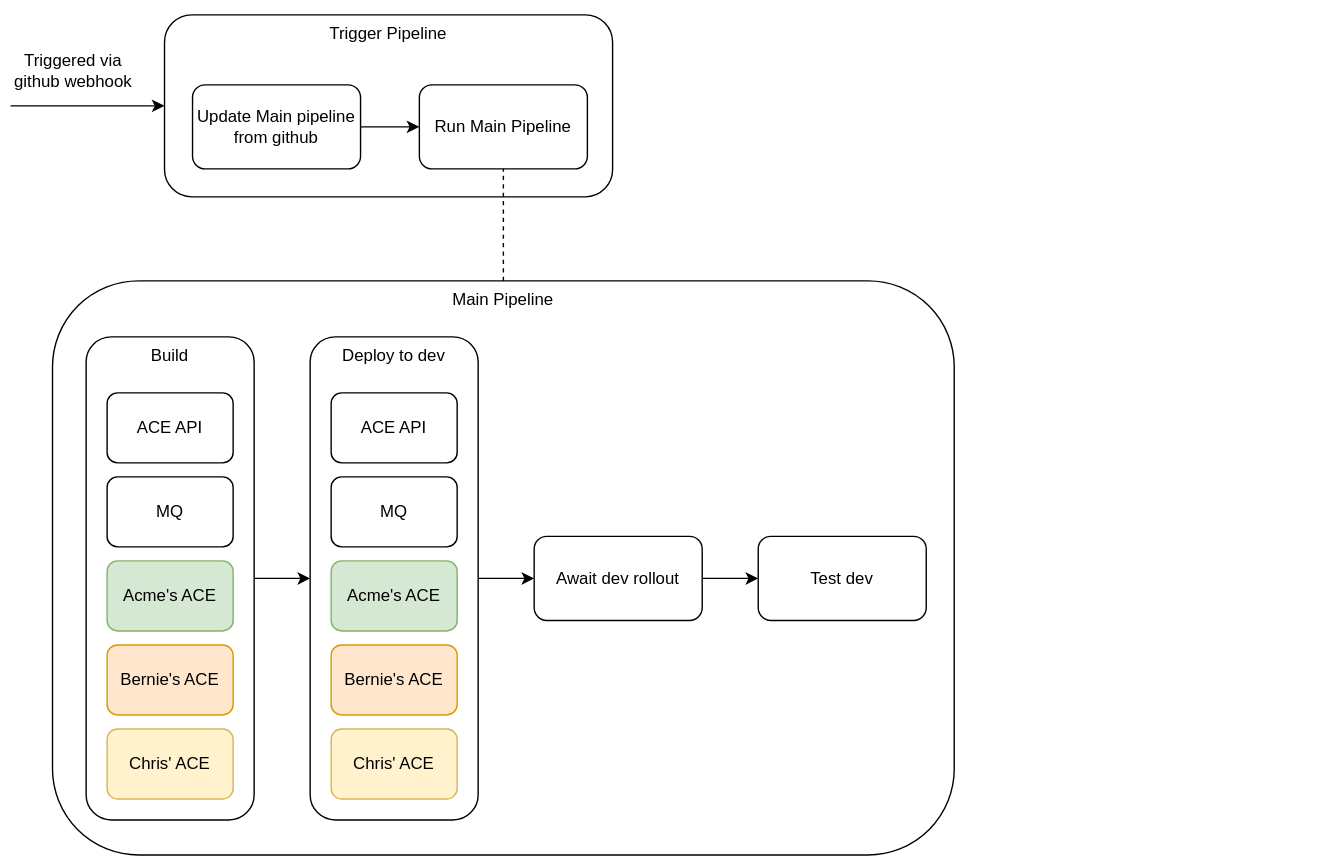
This is DrivewayDentDeletion/media/dev-pipeline.svg from IBM/cp4i-deployment-samples, a draw.io export, as it was before one commit. Source tidied: cells renumbered, new cells last; positions are measured from the earlier drawing's top-left corner, leaving out a move shared by most shapes.
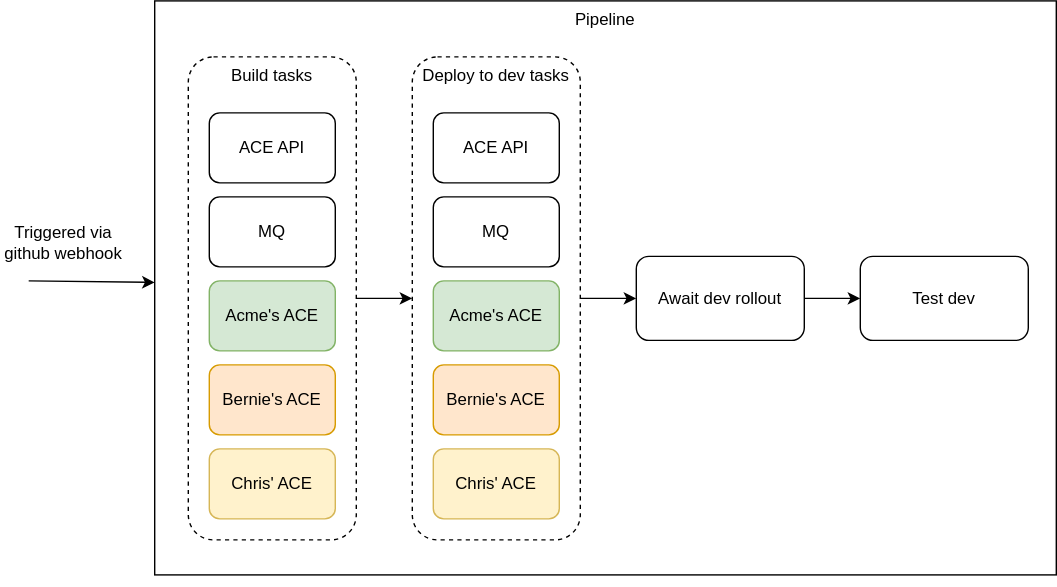
Above is the later version.

What changed in the source:
```diff
@@ -2,58 +2,19 @@
   <root>
     <mxCell id="0" />
     <mxCell id="1" parent="0" />
-    <mxCell id="2" style="group;verticalAlign=top;" parent="1" vertex="1">
-      <mxGeometry x="54" width="880" height="400" as="geometry" />
-    </mxCell>
-    <mxCell id="3" value="Main Pipeline" style="rounded=1;whiteSpace=wrap;html=1;verticalAlign=top;" parent="2" vertex="1">
-      <mxGeometry x="-24" y="200" width="644" height="410" as="geometry" />
+    <mxCell id="3" value="Pipeline" style="rounded=0;whiteSpace=wrap;html=1;verticalAlign=top;" parent="1" vertex="1">
+      <mxGeometry x="30" y="200" width="644" height="410" as="geometry" />
     </mxCell>
-    <mxCell id="4" value="Build" style="rounded=1;whiteSpace=wrap;html=1;horizontal=1;verticalAlign=top;" parent="2" vertex="1">
-      <mxGeometry y="240" width="120" height="345" as="geometry" />
-    </mxCell>
-    <mxCell id="5" value="ACE API" style="rounded=1;whiteSpace=wrap;html=1;" parent="2" vertex="1">
-      <mxGeometry x="15" y="280" width="90" height="50" as="geometry" />
-    </mxCell>
-    <mxCell id="6" value="MQ" style="rounded=1;whiteSpace=wrap;html=1;" parent="2" vertex="1">
-      <mxGeometry x="15" y="340" width="90" height="50" as="geometry" />
-    </mxCell>
-    <mxCell id="7" value="Acme's ACE" style="rounded=1;whiteSpace=wrap;html=1;fillColor=#d5e8d4;strokeColor=#82b366;" parent="2" vertex="1">
-      <mxGeometry x="15" y="400" width="90" height="50" as="geometry" />
-    </mxCell>
-    <mxCell id="8" value="Bernie's ACE" style="rounded=1;whiteSpace=wrap;html=1;fillColor=#ffe6cc;strokeColor=#d79b00;" parent="2" vertex="1">
-      <mxGeometry x="15" y="460" width="90" height="50" as="geometry" />
-    </mxCell>
-    <mxCell id="9" value="Chris' ACE" style="rounded=1;whiteSpace=wrap;html=1;fillColor=#fff2cc;strokeColor=#d6b656;" parent="2" vertex="1">
-      <mxGeometry x="15" y="520" width="90" height="50" as="geometry" />
-    </mxCell>
-    <mxCell id="10" style="edgeStyle=orthogonalEdgeStyle;rounded=0;orthogonalLoop=1;jettySize=auto;html=1;exitX=0.5;exitY=1;exitDx=0;exitDy=0;" parent="2" edge="1" source="3" target="3">
-      <mxGeometry relative="1" as="geometry" />
-    </mxCell>
-    <mxCell id="11" value="Trigger Pipeline" style="rounded=1;whiteSpace=wrap;html=1;verticalAlign=top;" parent="2" vertex="1">
-      <mxGeometry x="56" y="10" width="320" height="130" as="geometry" />
-    </mxCell>
-    <mxCell id="12" value="Update Main pipeline from github" style="rounded=1;whiteSpace=wrap;html=1;" parent="2" vertex="1">
-      <mxGeometry x="76" y="60" width="120" height="60" as="geometry" />
-    </mxCell>
-    <mxCell id="13" value="Run Main Pipeline" style="rounded=1;whiteSpace=wrap;html=1;" parent="2" vertex="1">
-      <mxGeometry x="238" y="60" width="120" height="60" as="geometry" />
-    </mxCell>
-    <mxCell id="14" style="endArrow=classic;html=1;" parent="2" edge="1" source="12" target="13">
-      <mxGeometry relative="1" as="geometry" />
-    </mxCell>
-    <mxCell id="15" style="endArrow=none;dashed=1;html=1;" parent="2" edge="1" source="3" target="13">
-      <mxGeometry relative="1" as="geometry" />
-    </mxCell>
     <mxCell id="16" value="Await dev rollout" style="rounded=1;whiteSpace=wrap;html=1;" parent="1" vertex="1">
       <mxGeometry x="374" y="382.5" width="120" height="60" as="geometry" />
     </mxCell>
     <mxCell id="17" value="Test dev" style="rounded=1;whiteSpace=wrap;html=1;" parent="1" vertex="1">
       <mxGeometry x="534" y="382.5" width="120" height="60" as="geometry" />
     </mxCell>
-    <mxCell id="18" style="group;" parent="1" vertex="1">
+    <mxCell id="18" style="group;dashed=1;strokeColor=none;" parent="1" vertex="1">
       <mxGeometry x="214" y="240" width="120" height="345" as="geometry" />
     </mxCell>
-    <mxCell id="19" value="Deploy to dev" style="rounded=1;whiteSpace=wrap;html=1;verticalAlign=top;" parent="18" vertex="1">
+    <mxCell id="19" value="Deploy to dev tasks" style="rounded=1;whiteSpace=wrap;html=1;verticalAlign=top;dashed=1;" parent="18" vertex="1">
       <mxGeometry width="120" height="345" as="geometry" />
     </mxCell>
     <mxCell id="20" value="ACE API" style="rounded=1;whiteSpace=wrap;html=1;" parent="18" vertex="1">
@@ -80,13 +41,34 @@
     <mxCell id="27" style="endArrow=classic;html=1;" parent="1" edge="1" source="16" target="17">
       <mxGeometry relative="1" as="geometry" />
     </mxCell>
-    <mxCell id="28" style="endArrow=classic;html=1;" parent="1" edge="1" target="11">
+    <mxCell id="28" style="endArrow=classic;html=1;" parent="1" edge="1" target="3">
       <mxGeometry relative="1" as="geometry">
-        <mxPoint y="75" as="sourcePoint" />
+        <mxPoint x="-60" y="400" as="sourcePoint" />
       </mxGeometry>
     </mxCell>
     <mxCell id="29" value="Triggered via github webhook" style="text;html=1;strokeColor=none;fillColor=none;align=center;verticalAlign=middle;whiteSpace=wrap;rounded=0;" parent="1" vertex="1">
-      <mxGeometry y="40" width="90" height="20" as="geometry" />
+      <mxGeometry x="-80" y="362.5" width="90" height="20" as="geometry" />
     </mxCell>
+    <mxCell id="4" value="Build tasks" style="rounded=1;whiteSpace=wrap;html=1;horizontal=1;verticalAlign=top;dashed=1;" parent="1" vertex="1">
+      <mxGeometry x="54" y="240" width="120" height="345" as="geometry" />
+    </mxCell>
+    <mxCell id="5" value="ACE API" style="rounded=1;whiteSpace=wrap;html=1;" parent="1" vertex="1">
+      <mxGeometry x="69" y="280" width="90" height="50" as="geometry" />
+    </mxCell>
+    <mxCell id="6" value="MQ" style="rounded=1;whiteSpace=wrap;html=1;" parent="1" vertex="1">
+      <mxGeometry x="69" y="340" width="90" height="50" as="geometry" />
+    </mxCell>
+    <mxCell id="7" value="Acme's ACE" style="rounded=1;whiteSpace=wrap;html=1;fillColor=#d5e8d4;strokeColor=#82b366;" parent="1" vertex="1">
+      <mxGeometry x="69" y="400" width="90" height="50" as="geometry" />
+    </mxCell>
+    <mxCell id="8" value="Bernie's ACE" style="rounded=1;whiteSpace=wrap;html=1;fillColor=#ffe6cc;strokeColor=#d79b00;" parent="1" vertex="1">
+      <mxGeometry x="69" y="460" width="90" height="50" as="geometry" />
+    </mxCell>
+    <mxCell id="9" value="Chris' ACE" style="rounded=1;whiteSpace=wrap;html=1;fillColor=#fff2cc;strokeColor=#d6b656;" parent="1" vertex="1">
+      <mxGeometry x="69" y="520" width="90" height="50" as="geometry" />
+    </mxCell>
+    <mxCell id="10" style="edgeStyle=orthogonalEdgeStyle;rounded=0;orthogonalLoop=1;jettySize=auto;html=1;exitX=0.5;exitY=1;exitDx=0;exitDy=0;" parent="1" edge="1" source="3" target="3">
+      <mxGeometry relative="1" as="geometry" />
+    </mxCell>
   </root>
 </mxGraphModel>
```
